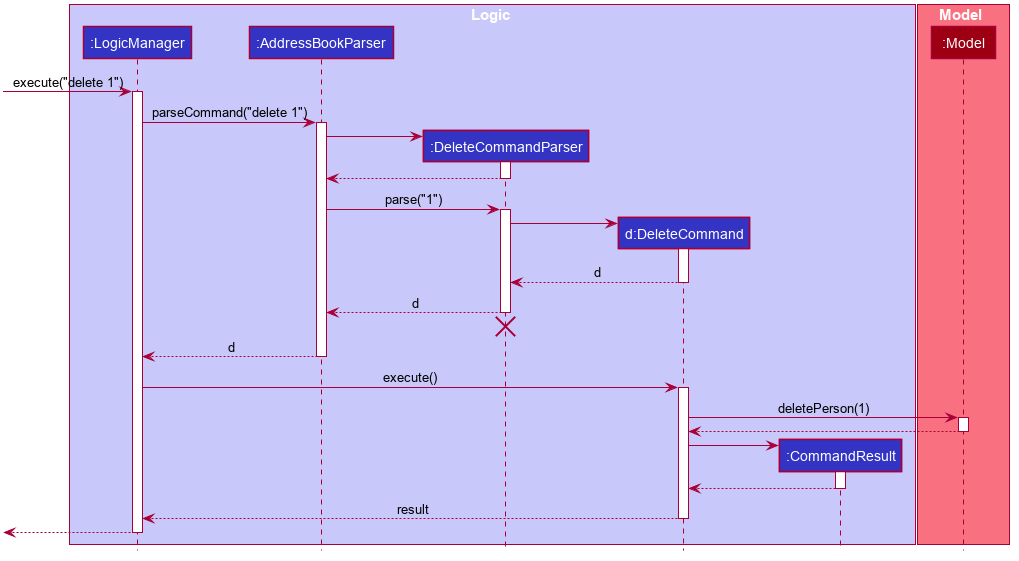
Above: docs/images/DeleteSequenceDiagram.png in nus-cs2103-AY2223S1/tp (PlantUML), before the change.
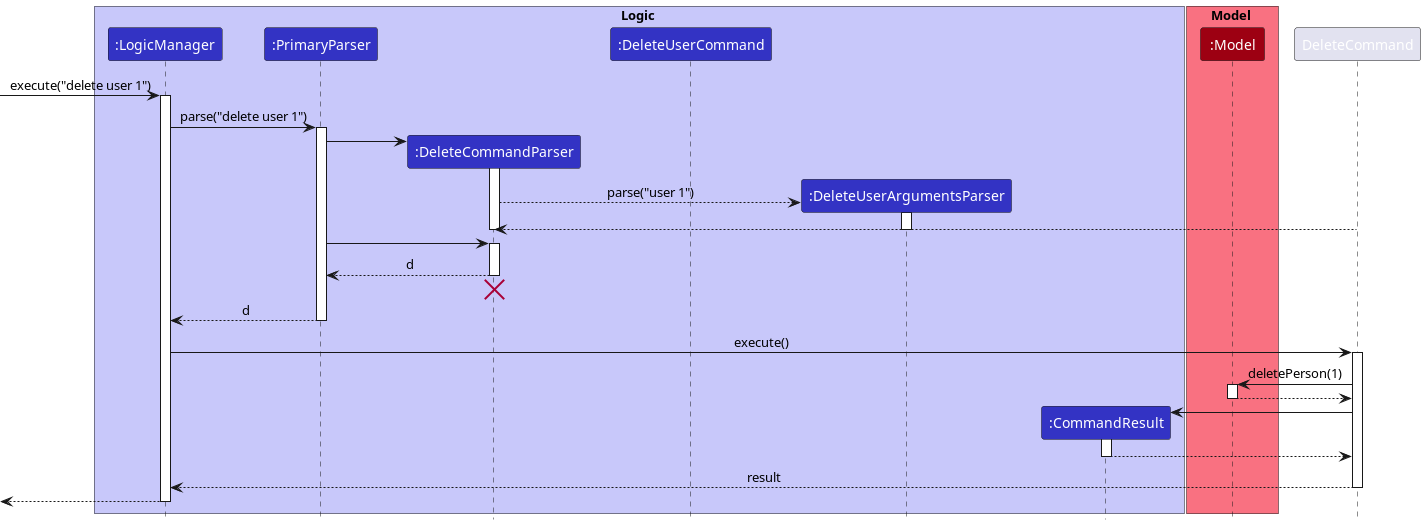
The same file after the commit.

Diff of the diagram source:
```diff
@@ -1,95 +1,48 @@
 @startuml
+!include style.puml
+
+box Logic LOGIC_COLOR_T1
+participant ":LogicManager" as LogicManager LOGIC_COLOR
+participant ":PrimaryParser" as PrimaryParser LOGIC_COLOR
+participant ":DeleteCommandParser" as DeleteCommandParser LOGIC_COLOR
+participant ":DeleteUserCommand" as DeleteUserCommand LOGIC_COLOR
+participant ":DeleteUserArgumentsParser" as DeleteUserArgumentsParser LOGIC_COLOR
+participant ":CommandResult" as CommandResult LOGIC_COLOR
+end box
+
+box Model MODEL_COLOR_T1
+participant ":Model" as Model MODEL_COLOR
+end box
+
+[-> LogicManager : execute("delete user 1")
+activate LogicManager
+
+LogicManager -> PrimaryParser : parse("delete user 1")
+activate PrimaryParser
+
+create DeleteCommandParser
+PrimaryParser -> DeleteCommandParser
+activate DeleteCommandParser
+
+create DeleteUserArgumentsParser
+DeleteCommandParser --> DeleteUserArgumentsParser : parse("user 1")
+activate DeleteUserArgumentsParser
+DeleteCommand --> DeleteCommandParser
 
 
+deactivate DeleteUserArgumentsParser
+deactivate DeleteCommandParser
 
-
-
-
-
-
-skinparam BackgroundColor #FFFFFFF
-
-skinparam Shadowing false
-
-skinparam Class {
-    FontColor #FFFFFF
-    BorderThickness 1
-    BorderColor #FFFFFF
-    StereotypeFontColor #FFFFFF
-    FontName Arial
-}
-
-skinparam Actor {
-    BorderColor #000000
-    Color #000000
-    FontName Arial
-}
-
-skinparam Sequence {
-    MessageAlign center
-    BoxFontSize 15
-    BoxPadding 0
-    BoxFontColor #FFFFFF
-    FontName Arial
-}
-
-skinparam Participant {
-    FontColor #FFFFFFF
-    Padding 20
-}
-
-skinparam MinClassWidth 50
-skinparam ParticipantPadding 10
-skinparam Shadowing false
-skinparam DefaultTextAlignment center
-skinparam packageStyle Rectangle
-
-hide footbox
-hide members
-hide circle
-
-box Logic #C8C8FA
-participant ":LogicManager" as LogicManager #3333C4
-participant ":AddressBookParser" as AddressBookParser #3333C4
-participant ":DeleteCommandParser" as DeleteCommandParser #3333C4
-participant "d:DeleteCommand" as DeleteCommand #3333C4
-participant ":CommandResult" as CommandResult #3333C4
-end box
-
-box Model #F97181
-participant ":Model" as Model #9D0012
-end box
-
-[-> LogicManager : execute("delete 1")
-activate LogicManager
-
-LogicManager -> AddressBookParser : parseCommand("delete 1")
-activate AddressBookParser
-
-create DeleteCommandParser
-AddressBookParser -> DeleteCommandParser
+PrimaryParser -> DeleteCommandParser
 activate DeleteCommandParser
 
-DeleteCommandParser --> AddressBookParser
+DeleteCommandParser --> PrimaryParser : d
 deactivate DeleteCommandParser
-
-AddressBookParser -> DeleteCommandParser : parse("1")
-activate DeleteCommandParser
-
-create DeleteCommand
-DeleteCommandParser -> DeleteCommand
-activate DeleteCommand
-
-DeleteCommand --> DeleteCommandParser : d
-deactivate DeleteCommand
-
-DeleteCommandParser --> AddressBookParser : d
-deactivate DeleteCommandParser
-DeleteCommandParser -[hidden]-> AddressBookParser
+DeleteCommandParser -[hidden]-> PrimaryParser
 destroy DeleteCommandParser
 
-AddressBookParser --> LogicManager : d
-deactivate AddressBookParser
+PrimaryParser --> LogicManager : d
+deactivate PrimaryParser
 
 LogicManager -> DeleteCommand : execute()
 activate DeleteCommand
```
